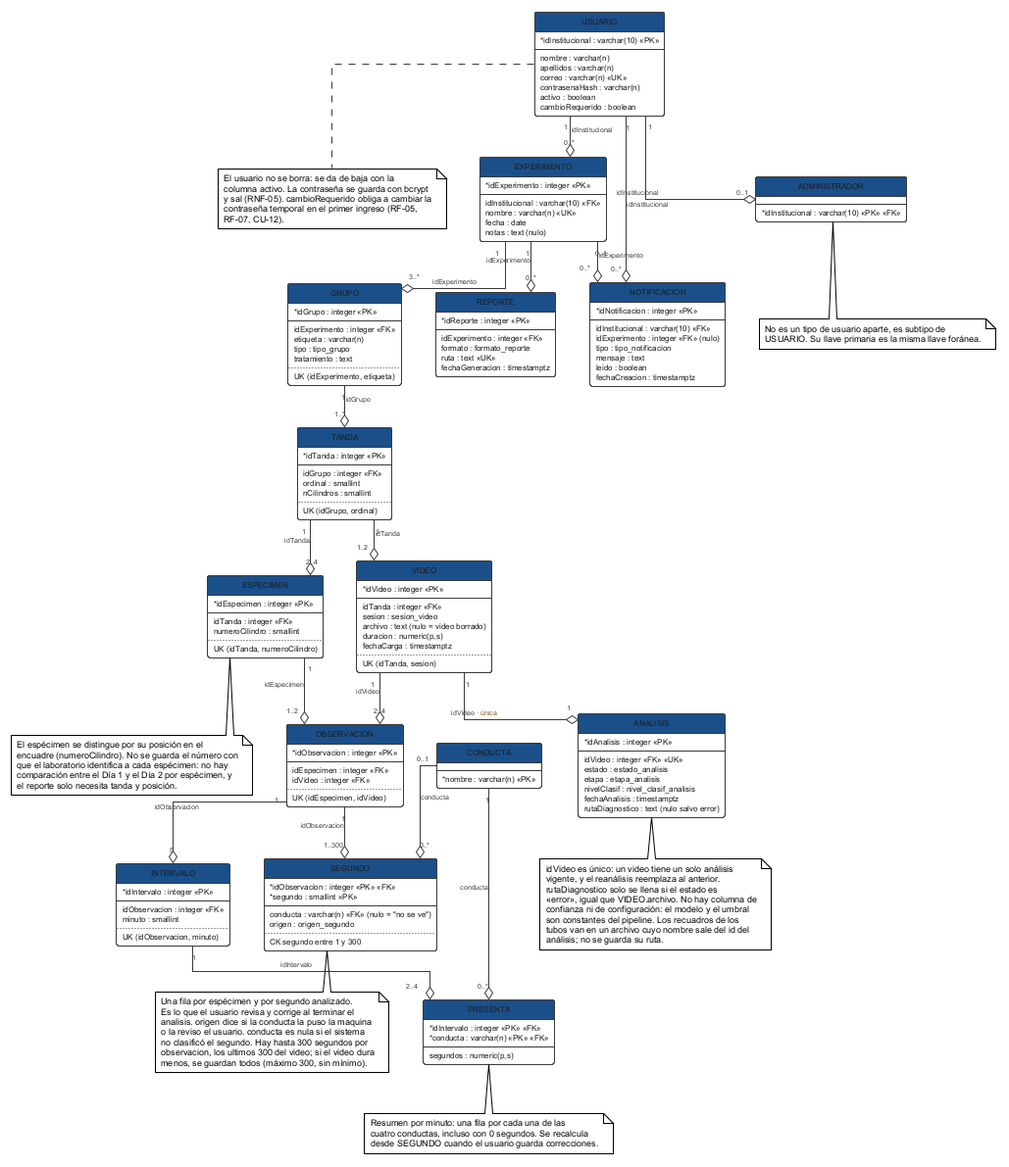
The PlantUML diagram figures/mermaid/esquema_fisico.png in ErickJester/fst-ai-system-latex, before a commit.
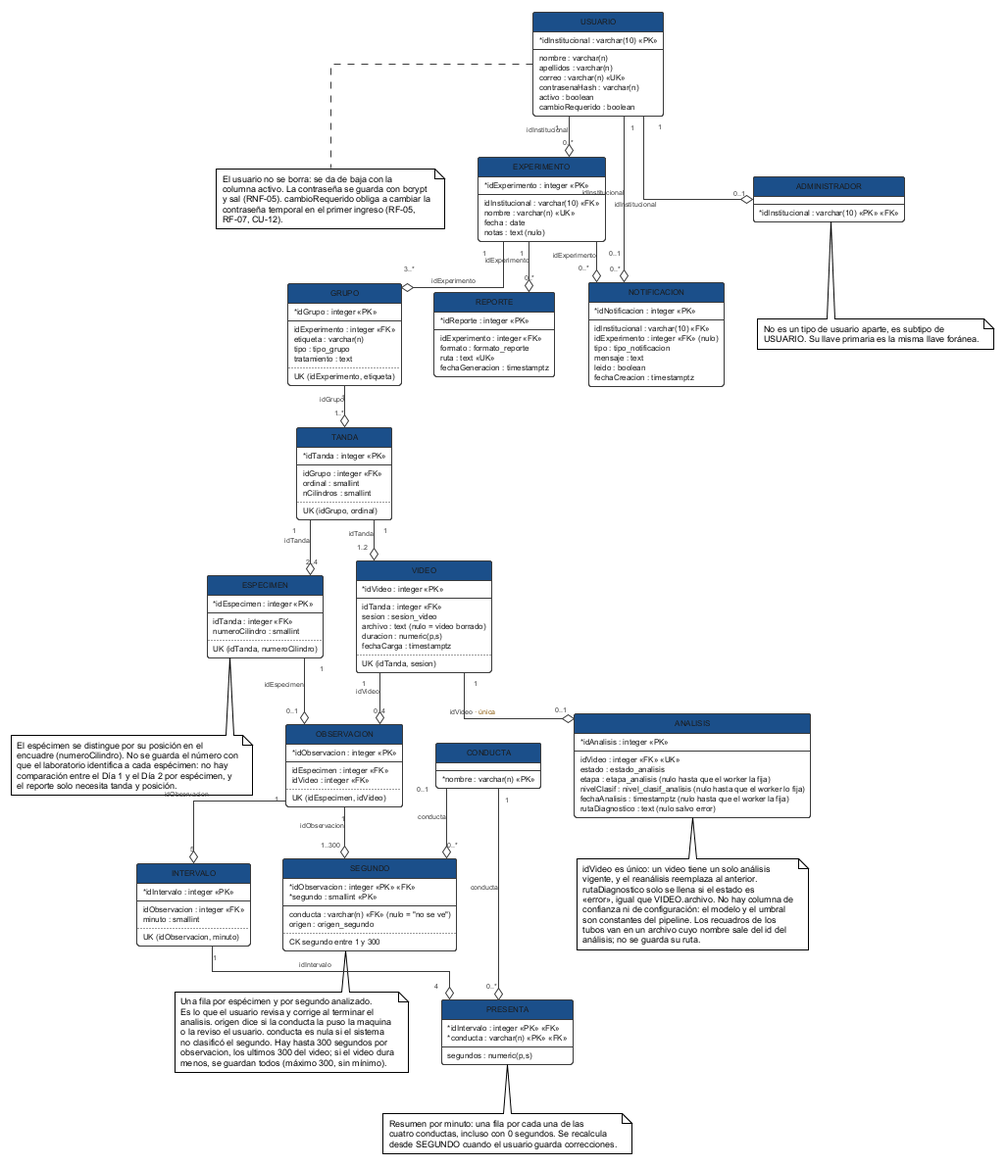
Above is the later version.

Diff of the diagram source:
```diff
@@ -113,9 +113,9 @@
   --
   idVideo : integer <<FK>> <<UK>>
   estado : estado_analisis
-  etapa : etapa_analisis
-  nivelClasif : nivel_clasif_analisis
-  fechaAnalisis : timestamptz
+  etapa : etapa_analisis (nulo hasta que el worker la fija)
+  nivelClasif : nivel_clasif_analisis (nulo hasta que el worker lo fija)
+  fechaAnalisis : timestamptz (nulo hasta que el worker la fija)
   rutaDiagnostico : text (nulo salvo error)
 }
 note bottom of ANALISIS
@@ -224,13 +224,13 @@
 TANDA          "1" --o "2..4" ESPECIMEN                 : idTanda
 TANDA          "1" --o "1..2" VIDEO                     : idTanda
 
-VIDEO          "1" --o "1"    ANALISIS                  : idVideo <color:#8A5A0B>· única</color>
-VIDEO          "1" --o "2..4" OBSERVACION                : idVideo
+VIDEO          "1" --o "0..1" ANALISIS                  : idVideo <color:#8A5A0B>· única</color>
+VIDEO          "1" --o "0..4" OBSERVACION                : idVideo
 
-ESPECIMEN      "1" --o "1..2" OBSERVACION                : idEspecimen
+ESPECIMEN      "1" --o "0..1" OBSERVACION                : idEspecimen
 
 OBSERVACION    "1" --o "5"    INTERVALO                 : idObservacion
-INTERVALO      "1" --o "2..4" PRESENTA                  : idIntervalo
+INTERVALO      "1" --o "4"    PRESENTA                  : idIntervalo
 CONDUCTA       "1" --o "0..*" PRESENTA                  : conducta
 
 OBSERVACION    "1" --o "1..300" SEGUNDO                 : idObservacion
```
